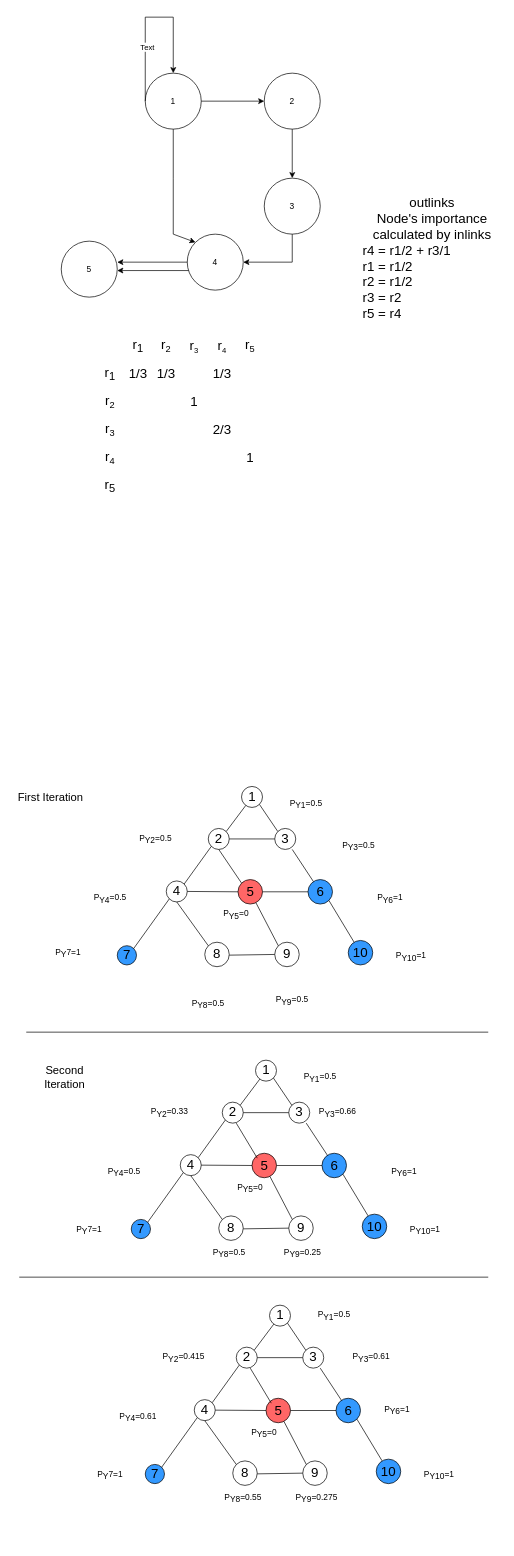
Above: cs224w_hw1.drawio in rajdeepd/draw_io (draw.io), before the change. Source tidied: cells renumbered, new cells numbered last; positions are measured from the earlier drawing's top-left corner, leaving out a move shared by most shapes. Both pictures are drawn from the tidied source at 70%, with x=0, y=0 at pixel (12, 17).
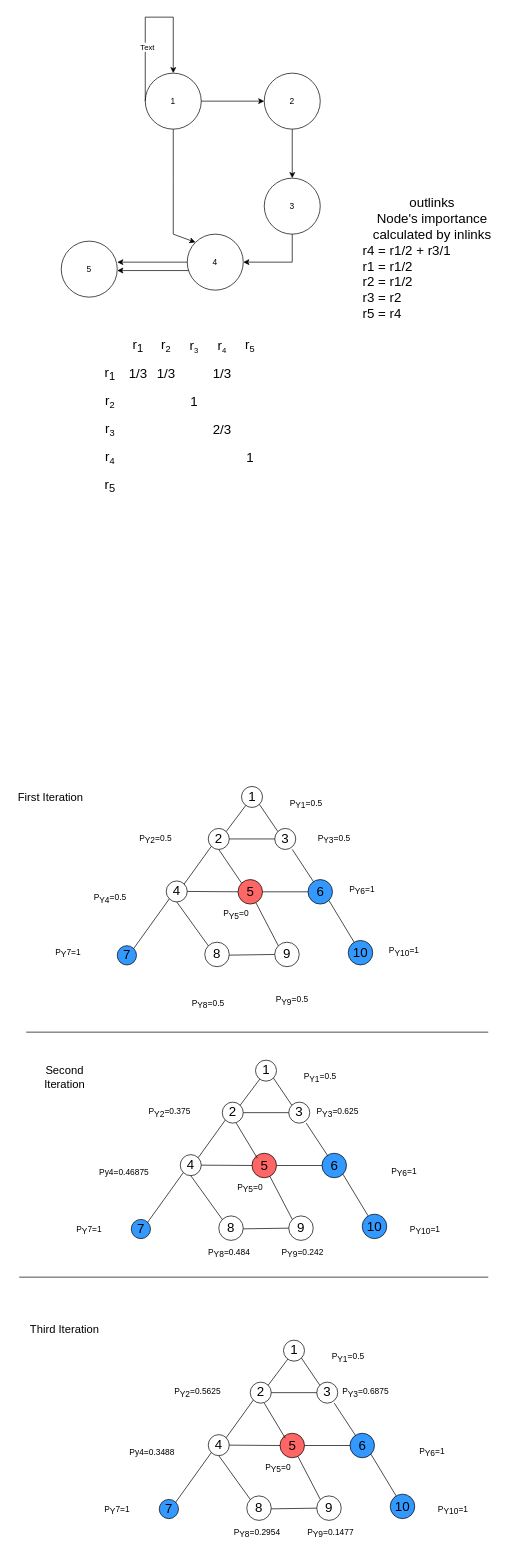
Above is the later version.

The edit, as a diff of the source:
```diff
@@
     <mxCell id="46" value="P&lt;sub style=&quot;font-size: 12px;&quot;&gt;Y6&lt;/sub&gt;=1" style="text;html=1;strokeColor=none;fillColor=none;align=center;verticalAlign=middle;whiteSpace=wrap;rounded=0;fontSize=12;" parent="1" vertex="1">
-      <mxGeometry x="490" y="1244" width="100" height="30" as="geometry" />
+      <mxGeometry x="450" y="1232" width="100" height="30" as="geometry" />
     </mxCell>
@@
     <mxCell id="48" value="P&lt;sub style=&quot;font-size: 12px;&quot;&gt;Y10&lt;/sub&gt;=1" style="text;html=1;strokeColor=none;fillColor=none;align=center;verticalAlign=middle;whiteSpace=wrap;rounded=0;fontSize=12;" parent="1" vertex="1">
-      <mxGeometry x="520" y="1326.5" width="100" height="30" as="geometry" />
+      <mxGeometry x="510" y="1320" width="100" height="30" as="geometry" />
     </mxCell>
@@
     <mxCell id="51" value="P&lt;sub style=&quot;font-size: 12px;&quot;&gt;Y3&lt;/sub&gt;=0.5" style="text;html=1;strokeColor=none;fillColor=none;align=center;verticalAlign=middle;whiteSpace=wrap;rounded=0;fontSize=12;" parent="1" vertex="1">
-      <mxGeometry x="445" y="1169" width="100" height="30" as="geometry" />
+      <mxGeometry x="410" y="1159" width="100" height="30" as="geometry" />
     </mxCell>
@@
-    <mxCell id="67" value="P&lt;sub style=&quot;font-size: 12px;&quot;&gt;Y8&lt;/sub&gt;=0.5" style="text;html=1;strokeColor=none;fillColor=none;align=center;verticalAlign=middle;whiteSpace=wrap;rounded=0;fontSize=12;" parent="1" vertex="1">
+    <mxCell id="67" value="P&lt;sub style=&quot;font-size: 12px;&quot;&gt;Y8&lt;/sub&gt;=0.484" style="text;html=1;strokeColor=none;fillColor=none;align=center;verticalAlign=middle;whiteSpace=wrap;rounded=0;fontSize=12;" parent="1" vertex="1">
       <mxGeometry x="260" y="1751" width="100" height="30" as="geometry" />
     </mxCell>
-    <mxCell id="68" value="P&lt;sub style=&quot;font-size: 12px;&quot;&gt;Y9&lt;/sub&gt;=0.25" style="text;html=1;strokeColor=none;fillColor=none;align=center;verticalAlign=middle;whiteSpace=wrap;rounded=0;fontSize=12;" parent="1" vertex="1">
+    <mxCell id="68" value="P&lt;sub style=&quot;font-size: 12px;&quot;&gt;Y9&lt;/sub&gt;=0.242" style="text;html=1;strokeColor=none;fillColor=none;align=center;verticalAlign=middle;whiteSpace=wrap;rounded=0;fontSize=12;" parent="1" vertex="1">
       <mxGeometry x="365" y="1751" width="100" height="30" as="geometry" />
     </mxCell>
@@
-    <mxCell id="83" value="P&lt;sub style=&quot;font-size: 12px;&quot;&gt;Y3&lt;/sub&gt;=0.66" style="text;html=1;strokeColor=none;fillColor=none;align=center;verticalAlign=middle;whiteSpace=wrap;rounded=0;fontSize=12;" parent="1" vertex="1">
+    <mxCell id="83" value="P&lt;sub style=&quot;font-size: 12px;&quot;&gt;Y3&lt;/sub&gt;=0.625" style="text;html=1;strokeColor=none;fillColor=none;align=center;verticalAlign=middle;whiteSpace=wrap;rounded=0;fontSize=12;" parent="1" vertex="1">
       <mxGeometry x="415" y="1550" width="100" height="30" as="geometry" />
     </mxCell>
-    <mxCell id="84" value="P&lt;sub style=&quot;font-size: 12px;&quot;&gt;Y2&lt;/sub&gt;=0.33" style="text;html=1;strokeColor=none;fillColor=none;align=center;verticalAlign=middle;whiteSpace=wrap;rounded=0;fontSize=12;" parent="1" vertex="1">
+    <mxCell id="84" value="P&lt;sub style=&quot;font-size: 12px;&quot;&gt;Y2&lt;/sub&gt;=0.375" style="text;html=1;strokeColor=none;fillColor=none;align=center;verticalAlign=middle;whiteSpace=wrap;rounded=0;fontSize=12;" parent="1" vertex="1">
       <mxGeometry x="175" y="1550" width="100" height="30" as="geometry" />
     </mxCell>
-    <mxCell id="85" value="P&lt;sub style=&quot;font-size: 12px;&quot;&gt;Y4&lt;/sub&gt;=0.5" style="text;html=1;strokeColor=none;fillColor=none;align=center;verticalAlign=middle;whiteSpace=wrap;rounded=0;fontSize=12;" parent="1" vertex="1">
+    <mxCell id="85" value="Py4=0.46875" style="text;html=1;strokeColor=none;fillColor=none;align=center;verticalAlign=middle;whiteSpace=wrap;rounded=0;fontSize=12;" parent="1" vertex="1">
       <mxGeometry x="110" y="1635" width="100" height="30" as="geometry" />
     </mxCell>
@@
-    <mxCell id="100" value="P&lt;sub style=&quot;font-size: 12px;&quot;&gt;Y8&lt;/sub&gt;=0.55" style="text;html=1;strokeColor=none;fillColor=none;align=center;verticalAlign=middle;whiteSpace=wrap;rounded=0;fontSize=12;" parent="1" vertex="1">
-      <mxGeometry x="280" y="2101" width="100" height="30" as="geometry" />
-    </mxCell>
-    <mxCell id="101" value="P&lt;sub style=&quot;font-size: 12px;&quot;&gt;Y9&lt;/sub&gt;=0.275" style="text;html=1;strokeColor=none;fillColor=none;align=center;verticalAlign=middle;whiteSpace=wrap;rounded=0;fontSize=12;" parent="1" vertex="1">
-      <mxGeometry x="385" y="2101" width="100" height="30" as="geometry" />
-    </mxCell>
+    <mxCell id="133" style="endArrow=none;html=1;rounded=0;fontSize=19;" parent="1" edge="1">
+      <mxGeometry relative="1" as="geometry">
+        <mxPoint x="10" y="1800" as="sourcePoint" />
+        <mxPoint x="680" y="1800" as="targetPoint" />
+      </mxGeometry>
+    </mxCell>
+    <mxCell id="134" value="Second Iteration" style="text;html=1;strokeColor=none;fillColor=none;align=center;verticalAlign=middle;whiteSpace=wrap;rounded=0;fontSize=16;" parent="1" vertex="1">
+      <mxGeometry x="20" y="1500" width="110" height="30" as="geometry" />
+    </mxCell>
+    <mxCell id="135" value="Third Iteration" style="text;html=1;strokeColor=none;fillColor=none;align=center;verticalAlign=middle;whiteSpace=wrap;rounded=0;fontSize=16;" parent="1" vertex="1">
+      <mxGeometry x="20" y="1860" width="110" height="30" as="geometry" />
+    </mxCell>
+    <mxCell id="136" value="P&lt;sub style=&quot;font-size: 12px;&quot;&gt;Y8&lt;/sub&gt;=0.2954" style="text;html=1;strokeColor=none;fillColor=none;align=center;verticalAlign=middle;whiteSpace=wrap;rounded=0;fontSize=12;" parent="1" vertex="1">
+      <mxGeometry x="300" y="2151" width="100" height="30" as="geometry" />
+    </mxCell>
+    <mxCell id="137" value="P&lt;sub style=&quot;font-size: 12px;&quot;&gt;Y9&lt;/sub&gt;=0.1477" style="text;html=1;strokeColor=none;fillColor=none;align=center;verticalAlign=middle;whiteSpace=wrap;rounded=0;fontSize=12;" parent="1" vertex="1">
+      <mxGeometry x="405" y="2151" width="100" height="30" as="geometry" />
+    </mxCell>
     <mxCell id="102" value="1" style="ellipse;whiteSpace=wrap;html=1;fontSize=19;" parent="1" vertex="1">
-      <mxGeometry x="367.5" y="1840" width="30" height="30" as="geometry" />
+      <mxGeometry x="387.5" y="1890" width="30" height="30" as="geometry" />
     </mxCell>
     <mxCell id="103" value="2" style="ellipse;whiteSpace=wrap;html=1;fontSize=19;" parent="1" vertex="1">
-      <mxGeometry x="320" y="1900" width="30" height="30" as="geometry" />
+      <mxGeometry x="340" y="1950" width="30" height="30" as="geometry" />
     </mxCell>
     <mxCell id="104" value="3" style="ellipse;whiteSpace=wrap;html=1;fontSize=19;" parent="1" vertex="1">
-      <mxGeometry x="415" y="1900" width="30" height="30" as="geometry" />
+      <mxGeometry x="435" y="1950" width="30" height="30" as="geometry" />
     </mxCell>
     <mxCell id="105" value="5" style="ellipse;whiteSpace=wrap;html=1;fontSize=19;fillColor=#FF6666;" parent="1" vertex="1">
-      <mxGeometry x="362.5" y="1973" width="35" height="35" as="geometry" />
+      <mxGeometry x="382.5" y="2023" width="35" height="35" as="geometry" />
     </mxCell>
     <mxCell id="106" value="4" style="ellipse;whiteSpace=wrap;html=1;fontSize=19;" parent="1" vertex="1">
-      <mxGeometry x="260" y="1975" width="30" height="30" as="geometry" />
+      <mxGeometry x="280" y="2025" width="30" height="30" as="geometry" />
     </mxCell>
     <mxCell id="107" value="6" style="ellipse;whiteSpace=wrap;html=1;fontSize=19;fillColor=#3399FF;" parent="1" vertex="1">
-      <mxGeometry x="462.5" y="1973" width="35" height="35" as="geometry" />
+      <mxGeometry x="482.5" y="2023" width="35" height="35" as="geometry" />
     </mxCell>
     <mxCell id="108" value="8" style="ellipse;whiteSpace=wrap;html=1;fontSize=19;" parent="1" vertex="1">
-      <mxGeometry x="315" y="2062.5" width="35" height="35" as="geometry" />
+      <mxGeometry x="335" y="2112.5" width="35" height="35" as="geometry" />
     </mxCell>
     <mxCell id="109" value="7" style="ellipse;whiteSpace=wrap;html=1;fontSize=19;fillColor=#3399FF;" parent="1" vertex="1">
-      <mxGeometry x="190" y="2067.5" width="27.5" height="27.5" as="geometry" />
+      <mxGeometry x="210" y="2117.5" width="27.5" height="27.5" as="geometry" />
     </mxCell>
     <mxCell id="110" value="9" style="ellipse;whiteSpace=wrap;html=1;fontSize=19;" parent="1" vertex="1">
-      <mxGeometry x="415" y="2062.5" width="35" height="35" as="geometry" />
+      <mxGeometry x="435" y="2112.5" width="35" height="35" as="geometry" />
     </mxCell>
     <mxCell id="111" value="10" style="ellipse;whiteSpace=wrap;html=1;fontSize=19;fillColor=#3399FF;" parent="1" vertex="1">
-      <mxGeometry x="520" y="2060" width="35" height="35" as="geometry" />
+      <mxGeometry x="540" y="2110" width="35" height="35" as="geometry" />
     </mxCell>
     <mxCell id="112" value="P&lt;sub style=&quot;font-size: 12px;&quot;&gt;Y6&lt;/sub&gt;=1" style="text;html=1;strokeColor=none;fillColor=none;align=center;verticalAlign=middle;whiteSpace=wrap;rounded=0;fontSize=12;" parent="1" vertex="1">
-      <mxGeometry x="500" y="1975" width="100" height="30" as="geometry" />
+      <mxGeometry x="550" y="2035" width="100" height="30" as="geometry" />
     </mxCell>
     <mxCell id="113" value="P&lt;sub style=&quot;font-size: 12px;&quot;&gt;Y10&lt;/sub&gt;=1" style="text;html=1;strokeColor=none;fillColor=none;align=center;verticalAlign=middle;whiteSpace=wrap;rounded=0;fontSize=12;" parent="1" vertex="1">
-      <mxGeometry x="560" y="2067.5" width="100" height="30" as="geometry" />
+      <mxGeometry x="580" y="2117.5" width="100" height="30" as="geometry" />
     </mxCell>
     <mxCell id="114" value="P&lt;sub style=&quot;font-size: 12px;&quot;&gt;Y5&lt;/sub&gt;=0" style="text;html=1;strokeColor=none;fillColor=none;align=center;verticalAlign=middle;whiteSpace=wrap;rounded=0;fontSize=12;" parent="1" vertex="1">
-      <mxGeometry x="310" y="2008" width="100" height="30" as="geometry" />
+      <mxGeometry x="330" y="2058" width="100" height="30" as="geometry" />
     </mxCell>
     <mxCell id="115" value="P&lt;sub style=&quot;font-size: 12px;&quot;&gt;Y1&lt;/sub&gt;=0.5" style="text;html=1;strokeColor=none;fillColor=none;align=center;verticalAlign=middle;whiteSpace=wrap;rounded=0;fontSize=12;" parent="1" vertex="1">
-      <mxGeometry x="410" y="1840" width="100" height="30" as="geometry" />
+      <mxGeometry x="430" y="1900" width="100" height="30" as="geometry" />
     </mxCell>
-    <mxCell id="116" value="P&lt;sub style=&quot;font-size: 12px;&quot;&gt;Y3&lt;/sub&gt;=0.61" style="text;html=1;strokeColor=none;fillColor=none;align=center;verticalAlign=middle;whiteSpace=wrap;rounded=0;fontSize=12;" parent="1" vertex="1">
-      <mxGeometry x="462.5" y="1900" width="100" height="30" as="geometry" />
-    </mxCell>
-    <mxCell id="117" value="P&lt;sub style=&quot;font-size: 12px;&quot;&gt;Y2&lt;/sub&gt;=0.415" style="text;html=1;strokeColor=none;fillColor=none;align=center;verticalAlign=middle;whiteSpace=wrap;rounded=0;fontSize=12;" parent="1" vertex="1">
-      <mxGeometry x="195" y="1900" width="100" height="30" as="geometry" />
-    </mxCell>
-    <mxCell id="118" value="P&lt;sub style=&quot;font-size: 12px;&quot;&gt;Y4&lt;/sub&gt;=0.61" style="text;html=1;strokeColor=none;fillColor=none;align=center;verticalAlign=middle;whiteSpace=wrap;rounded=0;fontSize=12;" parent="1" vertex="1">
-      <mxGeometry x="130" y="1985" width="100" height="30" as="geometry" />
-    </mxCell>
+    <mxCell id="138" value="P&lt;sub style=&quot;font-size: 12px;&quot;&gt;Y3&lt;/sub&gt;=0.6875" style="text;html=1;strokeColor=none;fillColor=none;align=center;verticalAlign=middle;whiteSpace=wrap;rounded=0;fontSize=12;" parent="1" vertex="1">
+      <mxGeometry x="455" y="1950" width="100" height="30" as="geometry" />
+    </mxCell>
+    <mxCell id="139" value="P&lt;sub style=&quot;font-size: 12px;&quot;&gt;Y2&lt;/sub&gt;=0.5625" style="text;html=1;strokeColor=none;fillColor=none;align=center;verticalAlign=middle;whiteSpace=wrap;rounded=0;fontSize=12;" parent="1" vertex="1">
+      <mxGeometry x="215" y="1950" width="100" height="30" as="geometry" />
+    </mxCell>
+    <mxCell id="140" value="Py4=0.3488" style="text;html=1;strokeColor=none;fillColor=none;align=center;verticalAlign=middle;whiteSpace=wrap;rounded=0;fontSize=12;" parent="1" vertex="1">
+      <mxGeometry x="150" y="2035" width="100" height="30" as="geometry" />
+    </mxCell>
@@
-    <mxCell id="123" style="endArrow=none;html=1;rounded=0;fontSize=12;" parent="1" edge="1" source="107">
-      <mxGeometry relative="1" as="geometry">
-        <mxPoint x="440" y="1930" as="targetPoint" />
-      </mxGeometry>
-    </mxCell>
+    <mxCell id="141" style="endArrow=none;html=1;rounded=0;fontSize=12;" parent="1" edge="1" source="107">
+      <mxGeometry relative="1" as="geometry">
+        <mxPoint x="460" y="1980" as="targetPoint" />
+      </mxGeometry>
+    </mxCell>
@@
-    <mxCell id="125" style="endArrow=none;html=1;rounded=0;fontSize=12;entryX=0;entryY=0.5;entryDx=0;entryDy=0;" parent="1" edge="1" target="110">
-      <mxGeometry relative="1" as="geometry">
-        <mxPoint x="350" y="2081" as="sourcePoint" />
-      </mxGeometry>
-    </mxCell>
+    <mxCell id="142" style="endArrow=none;html=1;rounded=0;fontSize=12;entryX=0;entryY=0.5;entryDx=0;entryDy=0;" parent="1" edge="1" target="110">
+      <mxGeometry relative="1" as="geometry">
+        <mxPoint x="370" y="2131" as="sourcePoint" />
+      </mxGeometry>
+    </mxCell>
@@
-    <mxCell id="131" style="endArrow=none;html=1;rounded=0;fontSize=16;" parent="1" edge="1">
-      <mxGeometry relative="1" as="geometry">
-        <mxPoint x="370" y="1980" as="sourcePoint" />
-        <mxPoint x="340" y="1930" as="targetPoint" />
-      </mxGeometry>
-    </mxCell>
+    <mxCell id="143" style="endArrow=none;html=1;rounded=0;fontSize=16;" parent="1" edge="1">
+      <mxGeometry relative="1" as="geometry">
+        <mxPoint x="390" y="2030" as="sourcePoint" />
+        <mxPoint x="360" y="1980" as="targetPoint" />
+      </mxGeometry>
+    </mxCell>
     <mxCell id="132" value="P&lt;sub style=&quot;font-size: 12px;&quot;&gt;Y&lt;/sub&gt;7=1" style="text;html=1;strokeColor=none;fillColor=none;align=center;verticalAlign=middle;whiteSpace=wrap;rounded=0;fontSize=12;" parent="1" vertex="1">
-      <mxGeometry x="90" y="2067.5" width="100" height="30" as="geometry" />
+      <mxGeometry x="100" y="2117.5" width="100" height="30" as="geometry" />
     </mxCell>
-    <mxCell id="133" style="endArrow=none;html=1;rounded=0;fontSize=19;" parent="1" edge="1">
-      <mxGeometry relative="1" as="geometry">
-        <mxPoint x="10" y="1800" as="sourcePoint" />
-        <mxPoint x="680" y="1800" as="targetPoint" />
-      </mxGeometry>
-    </mxCell>
-    <mxCell id="134" value="Second Iteration" style="text;html=1;strokeColor=none;fillColor=none;align=center;verticalAlign=middle;whiteSpace=wrap;rounded=0;fontSize=16;" parent="1" vertex="1">
-      <mxGeometry x="20" y="1500" width="110" height="30" as="geometry" />
-    </mxCell>
```
